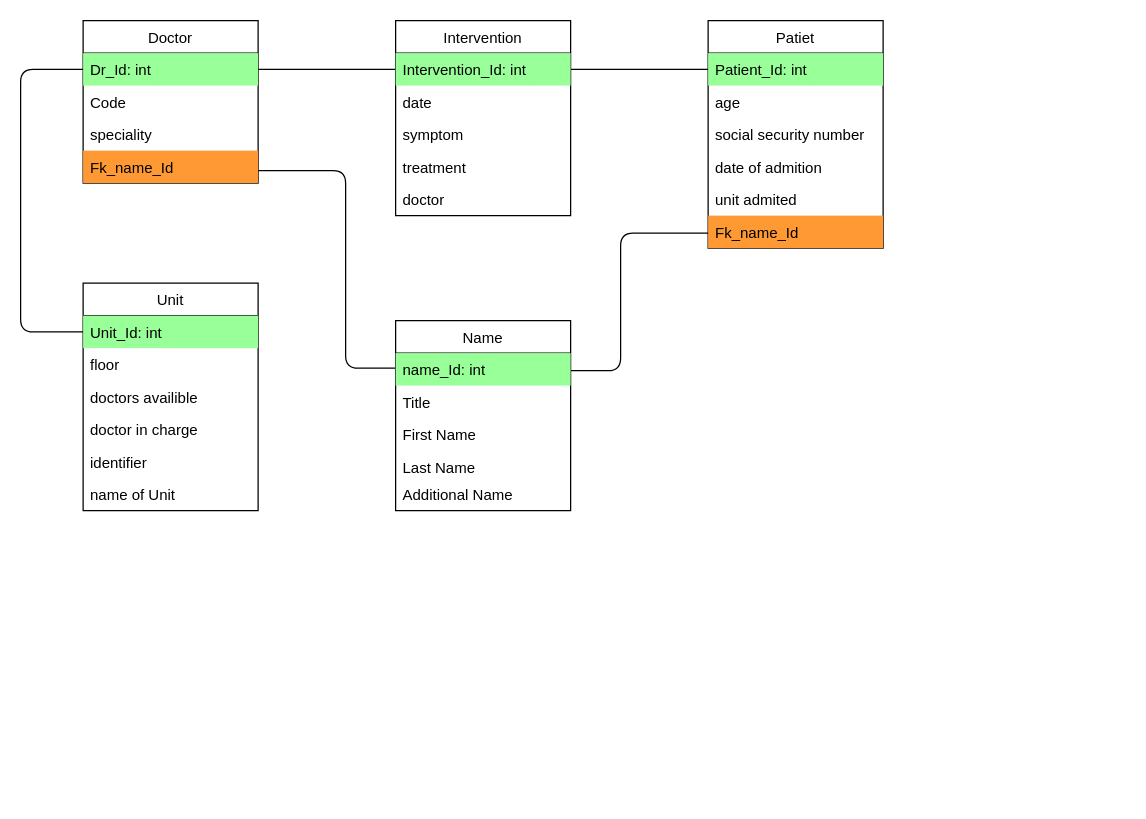
Above: page "Page-4" (4 of 4) of HealthCenter.drawio in LeDaniii/CF-DBDev-cekic-matzer (draw.io), before the change. Source tidied: cells renumbered, new cells numbered last; positions are measured from the earlier drawing's top-left corner, leaving out a move shared by most shapes. Both pictures are drawn from the tidied source at 125%, with x=0, y=0 at pixel (20, 20).
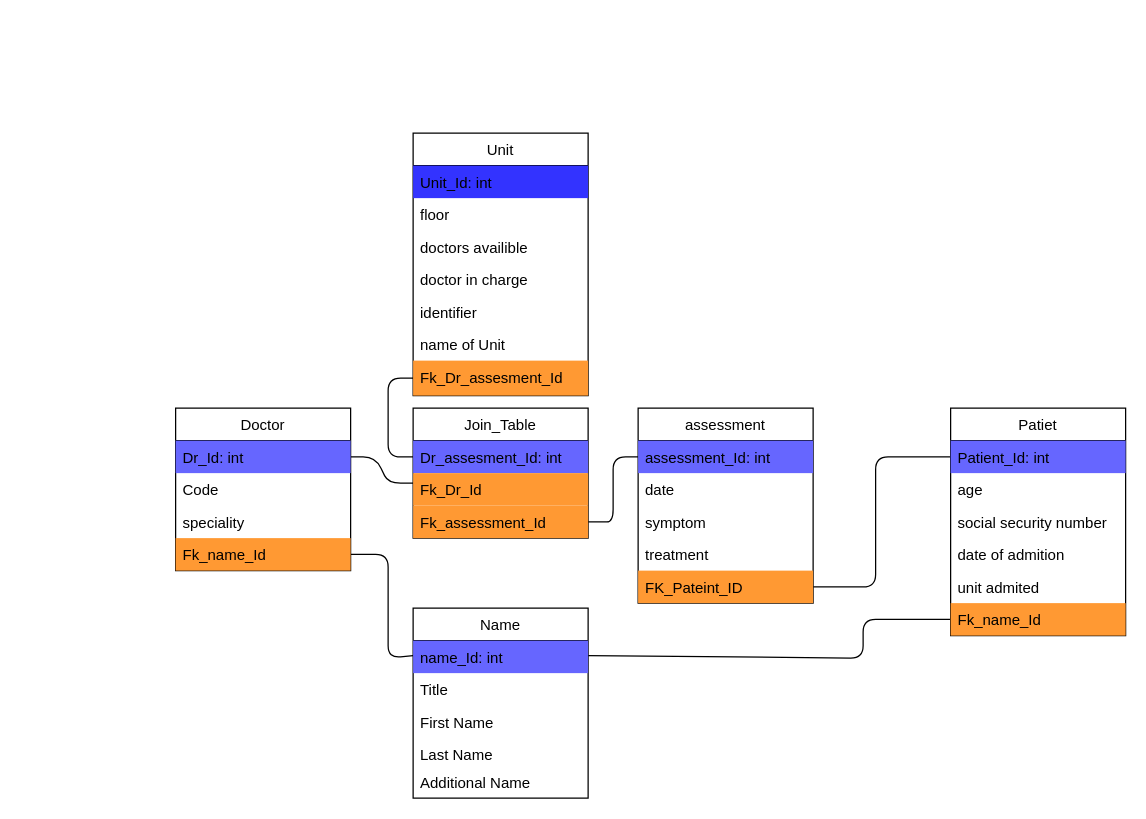
After the change.

The change refers to these unchanged cells:
```xml
<mxCell id="17" value="Fk_name_Id" style="text;strokeColor=none;align=left;verticalAlign=top;spacingLeft=4;spacingRight=4;overflow=hidden;points=[[0,0.5],[1,0.5]];portConstraint=eastwest;fillColor=#FF9933;" parent="11" vertex="1">
  <mxGeometry y="156" width="140" height="26" as="geometry" />
</mxCell>
```

The edit, as a diff of the source:
```diff
@@
-    <mxCell id="2" style="endArrow=none;html=1;exitX=0;exitY=0.5;exitDx=0;exitDy=0;endFill=0;entryX=1;entryY=0.5;entryDx=0;entryDy=0;" parent="1" edge="1" source="12" target="6">
-      <mxGeometry relative="1" as="geometry" />
+    <mxCell id="2" style="endArrow=none;html=1;exitX=0;exitY=0.5;exitDx=0;exitDy=0;endFill=0;entryX=1;entryY=0.5;entryDx=0;entryDy=0;" parent="1" edge="1" source="12" target="41">
+      <mxGeometry relative="1" as="geometry">
+        <Array as="points">
+          <mxPoint x="684" y="349" />
+          <mxPoint x="684" y="453" />
+          <mxPoint x="664" y="453" />
+        </Array>
+      </mxGeometry>
     </mxCell>
-    <mxCell id="3" style="endArrow=none;html=1;endFill=0;exitX=1;exitY=0.5;exitDx=0;exitDy=0;entryX=0;entryY=0.5;entryDx=0;entryDy=0;" parent="1" edge="1" source="34" target="6">
-      <mxGeometry relative="1" as="geometry" />
-    </mxCell>
-    <mxCell id="4" style="endArrow=none;html=1;endFill=0;exitX=0;exitY=0.5;exitDx=0;exitDy=0;entryX=0;entryY=0.5;entryDx=0;entryDy=0;" parent="1" edge="1" source="20" target="34">
-      <mxGeometry relative="1" as="geometry">
-        <Array as="points">
-          <mxPoint y="249" />
-          <mxPoint y="39" />
-        </Array>
-      </mxGeometry>
-    </mxCell>
+    <mxCell id="18" style="endArrow=none;html=1;exitX=0;exitY=0.25;exitDx=0;exitDy=0;entryX=1;entryY=0.5;entryDx=0;entryDy=0;" parent="1" edge="1" source="27" target="37">
+      <mxGeometry relative="1" as="geometry">
+        <Array as="points">
+          <mxPoint x="294" y="510" />
+          <mxPoint x="294" y="427" />
+        </Array>
+      </mxGeometry>
+    </mxCell>
+    <mxCell id="26" style="endArrow=none;html=1;entryX=0;entryY=0.5;entryDx=0;entryDy=0;exitX=1;exitY=0.25;exitDx=0;exitDy=0;" parent="1" edge="1" source="27" target="17">
+      <mxGeometry relative="1" as="geometry">
+        <Array as="points">
+          <mxPoint x="674" y="510" />
+          <mxPoint x="674" y="479" />
+        </Array>
+      </mxGeometry>
+    </mxCell>
+    <mxCell id="38" style="endArrow=none;html=1;fontColor=#f0f0f0;entryX=1;entryY=0.5;entryDx=0;entryDy=0;exitX=0;exitY=0.5;exitDx=0;exitDy=0;" parent="1" edge="1" source="6" target="45">
+      <mxGeometry relative="1" as="geometry">
+        <Array as="points">
+          <mxPoint x="474" y="349" />
+          <mxPoint x="474" y="401" />
+          <mxPoint x="464" y="401" />
+        </Array>
+      </mxGeometry>
+    </mxCell>
+    <mxCell id="39" style="endArrow=none;html=1;fontColor=#f0f0f0;exitX=1;exitY=0.5;exitDx=0;exitDy=0;entryX=0;entryY=0.308;entryDx=0;entryDy=0;entryPerimeter=0;" parent="1" edge="1" source="34" target="44">
+      <mxGeometry relative="1" as="geometry">
+        <Array as="points">
+          <mxPoint x="284" y="349" />
+          <mxPoint x="294" y="370" />
+        </Array>
+      </mxGeometry>
+    </mxCell>
+    <mxCell id="40" style="endArrow=none;html=1;fontColor=#f0f0f0;exitX=0;exitY=0.5;exitDx=0;exitDy=0;entryX=0;entryY=0.5;entryDx=0;entryDy=0;" parent="1" edge="1" source="43" target="46">
+      <mxGeometry relative="1" as="geometry">
+        <Array as="points">
+          <mxPoint x="294" y="349" />
+          <mxPoint x="294" y="286" />
+        </Array>
+      </mxGeometry>
+    </mxCell>
-    <mxCell id="5" value="Intervention" style="swimlane;fontStyle=0;horizontal=1;startSize=26;fillColor=none;" parent="1" vertex="1">
-      <mxGeometry x="300" width="140" height="156" as="geometry" />
+    <mxCell id="5" value="assessment" style="swimlane;fontStyle=0;horizontal=1;startSize=26;fillColor=none;" parent="1" vertex="1">
+      <mxGeometry x="494" y="310" width="140" height="156" as="geometry" />
     </mxCell>
-    <mxCell id="6" value="Intervention_Id: int" style="text;strokeColor=none;align=left;verticalAlign=top;spacingLeft=4;spacingRight=4;overflow=hidden;points=[[0,0.5],[1,0.5]];portConstraint=eastwest;labelBackgroundColor=#99FF99;fillColor=#99FF99;" parent="5" vertex="1">
+    <mxCell id="6" value="assessment_Id: int" style="text;strokeColor=none;align=left;verticalAlign=top;spacingLeft=4;spacingRight=4;overflow=hidden;points=[[0,0.5],[1,0.5]];portConstraint=eastwest;labelBackgroundColor=none;fillColor=#6666FF;" parent="5" vertex="1">
       <mxGeometry y="26" width="140" height="26" as="geometry" />
     </mxCell>
@@
-    <mxCell id="10" value="doctor" style="text;strokeColor=none;fillColor=none;align=left;verticalAlign=top;spacingLeft=4;spacingRight=4;overflow=hidden;" parent="5" vertex="1">
-      <mxGeometry y="130" width="140" height="26" as="geometry" />
-    </mxCell>
+    <mxCell id="41" value="FK_Pateint_ID" style="text;strokeColor=none;align=left;verticalAlign=top;spacingLeft=4;spacingRight=4;overflow=hidden;points=[[0,0.5],[1,0.5]];portConstraint=eastwest;fillColor=#FF9933;" parent="5" vertex="1">
+      <mxGeometry y="130" width="140" height="26" as="geometry" />
+    </mxCell>
     <mxCell id="11" value="Patiet" style="swimlane;fontStyle=0;horizontal=1;startSize=26;fillColor=none;" parent="1" vertex="1">
-      <mxGeometry x="550" width="140" height="182" as="geometry" />
+      <mxGeometry x="744" y="310" width="140" height="182" as="geometry" />
     </mxCell>
-    <mxCell id="12" value="Patient_Id: int" style="text;strokeColor=none;align=left;verticalAlign=top;spacingLeft=4;spacingRight=4;overflow=hidden;points=[[0,0.5],[1,0.5]];portConstraint=eastwest;labelBackgroundColor=#99FF99;fillColor=#99FF99;" parent="11" vertex="1">
+    <mxCell id="12" value="Patient_Id: int" style="text;strokeColor=none;align=left;verticalAlign=top;spacingLeft=4;spacingRight=4;overflow=hidden;points=[[0,0.5],[1,0.5]];portConstraint=eastwest;labelBackgroundColor=none;fillColor=#6666FF;" parent="11" vertex="1">
       <mxGeometry y="26" width="140" height="26" as="geometry" />
     </mxCell>
@@
-    <mxCell id="18" style="endArrow=none;html=1;exitX=0;exitY=0.25;exitDx=0;exitDy=0;" parent="1" edge="1" source="27">
-      <mxGeometry relative="1" as="geometry">
-        <mxPoint x="190" y="120" as="targetPoint" />
-        <Array as="points">
-          <mxPoint x="260" y="278" />
-          <mxPoint x="260" y="120" />
-        </Array>
-      </mxGeometry>
-    </mxCell>
+    <mxCell id="33" value="Doctor" style="swimlane;fontStyle=0;horizontal=1;startSize=26;fillColor=none;" parent="1" vertex="1">
+      <mxGeometry x="124" y="310" width="140" height="130" as="geometry" />
+    </mxCell>
+    <mxCell id="34" value="Dr_Id: int" style="text;strokeColor=none;align=left;verticalAlign=top;spacingLeft=4;spacingRight=4;overflow=hidden;points=[[0,0.5],[1,0.5]];portConstraint=eastwest;labelBackgroundColor=none;fillColor=#6666FF;" parent="33" vertex="1">
+      <mxGeometry y="26" width="140" height="26" as="geometry" />
+    </mxCell>
+    <mxCell id="35" value="Code" style="text;strokeColor=none;fillColor=none;align=left;verticalAlign=top;spacingLeft=4;spacingRight=4;overflow=hidden;" parent="33" vertex="1">
+      <mxGeometry y="52" width="140" height="26" as="geometry" />
+    </mxCell>
+    <mxCell id="36" value="speciality" style="text;strokeColor=none;fillColor=none;align=left;verticalAlign=top;spacingLeft=4;spacingRight=4;overflow=hidden;" parent="33" vertex="1">
+      <mxGeometry y="78" width="140" height="26" as="geometry" />
+    </mxCell>
+    <mxCell id="37" value="Fk_name_Id" style="text;strokeColor=none;align=left;verticalAlign=top;spacingLeft=4;spacingRight=4;overflow=hidden;points=[[0,0.5],[1,0.5]];portConstraint=eastwest;fillColor=#FF9933;" parent="33" vertex="1">
+      <mxGeometry y="104" width="140" height="26" as="geometry" />
+    </mxCell>
+    <mxCell id="42" value="Join_Table" style="swimlane;fontStyle=0;horizontal=1;startSize=26;fillColor=none;" parent="1" vertex="1">
+      <mxGeometry x="314" y="310" width="140" height="104" as="geometry" />
+    </mxCell>
+    <mxCell id="43" value="Dr_assesment_Id: int" style="text;strokeColor=none;align=left;verticalAlign=top;spacingLeft=4;spacingRight=4;overflow=hidden;points=[[0,0.5],[1,0.5]];portConstraint=eastwest;labelBackgroundColor=none;fillColor=#6666FF;" parent="42" vertex="1">
+      <mxGeometry y="26" width="140" height="26" as="geometry" />
+    </mxCell>
+    <mxCell id="44" value="Fk_Dr_Id" style="text;strokeColor=none;align=left;verticalAlign=top;spacingLeft=4;spacingRight=4;overflow=hidden;points=[[0,0.5],[1,0.5]];portConstraint=eastwest;fillColor=#FF9933;" parent="42" vertex="1">
+      <mxGeometry y="52" width="140" height="26" as="geometry" />
+    </mxCell>
+    <mxCell id="45" value="Fk_assessment_Id" style="text;strokeColor=none;align=left;verticalAlign=top;spacingLeft=4;spacingRight=4;overflow=hidden;points=[[0,0.5],[1,0.5]];portConstraint=eastwest;fillColor=#FF9933;" parent="42" vertex="1">
+      <mxGeometry y="78" width="140" height="26" as="geometry" />
+    </mxCell>
     <mxCell id="19" value="Unit" style="swimlane;fontStyle=0;horizontal=1;startSize=26;fillColor=none;" parent="1" vertex="1">
-      <mxGeometry x="50" y="210" width="140" height="182" as="geometry" />
+      <mxGeometry x="314" y="90" width="140" height="210" as="geometry" />
     </mxCell>
-    <mxCell id="20" value="Unit_Id: int" style="text;strokeColor=none;align=left;verticalAlign=top;spacingLeft=4;spacingRight=4;overflow=hidden;points=[[0,0.5],[1,0.5]];portConstraint=eastwest;labelBackgroundColor=#99FF99;fillColor=#99FF99;" parent="19" vertex="1">
+    <mxCell id="20" value="Unit_Id: int" style="text;strokeColor=none;align=left;verticalAlign=top;spacingLeft=4;spacingRight=4;overflow=hidden;points=[[0,0.5],[1,0.5]];portConstraint=eastwest;labelBackgroundColor=none;fillColor=#3333FF;" parent="19" vertex="1">
       <mxGeometry y="26" width="140" height="26" as="geometry" />
     </mxCell>
@@
-    <mxCell id="26" style="endArrow=none;html=1;" parent="1" edge="1">
-      <mxGeometry relative="1" as="geometry">
-        <mxPoint x="430" y="280" as="sourcePoint" />
-        <mxPoint x="550" y="170" as="targetPoint" />
-        <Array as="points">
-          <mxPoint x="480" y="280" />
-          <mxPoint x="480" y="170" />
-        </Array>
-      </mxGeometry>
-    </mxCell>
+    <mxCell id="46" value="Fk_Dr_assesment_Id" style="text;strokeColor=none;align=left;verticalAlign=top;spacingLeft=4;spacingRight=4;overflow=hidden;points=[[0,0.5],[1,0.5]];portConstraint=eastwest;fillColor=#FF9933;" parent="19" vertex="1">
+      <mxGeometry y="182" width="140" height="28" as="geometry" />
+    </mxCell>
     <mxCell id="27" value="Name" style="swimlane;fontStyle=0;horizontal=1;startSize=26;fillColor=none;" parent="1" vertex="1">
-      <mxGeometry x="300" y="240" width="140" height="152" as="geometry" />
+      <mxGeometry x="314" y="470" width="140" height="152" as="geometry" />
     </mxCell>
-    <mxCell id="28" value="name_Id: int" style="text;strokeColor=none;align=left;verticalAlign=top;spacingLeft=4;spacingRight=4;overflow=hidden;labelBackgroundColor=#99FF99;fillColor=#99FF99;" parent="27" vertex="1">
+    <mxCell id="28" value="name_Id: int" style="text;strokeColor=none;align=left;verticalAlign=top;spacingLeft=4;spacingRight=4;overflow=hidden;labelBackgroundColor=none;fillColor=#6666FF;" parent="27" vertex="1">
       <mxGeometry y="26" width="140" height="26" as="geometry" />
     </mxCell>
@@
-    <mxCell id="33" value="Doctor" style="swimlane;fontStyle=0;horizontal=1;startSize=26;fillColor=none;" parent="1" vertex="1">
-      <mxGeometry x="50" width="140" height="130" as="geometry" />
-    </mxCell>
-    <mxCell id="34" value="Dr_Id: int" style="text;strokeColor=none;align=left;verticalAlign=top;spacingLeft=4;spacingRight=4;overflow=hidden;points=[[0,0.5],[1,0.5]];portConstraint=eastwest;labelBackgroundColor=#99FF99;fillColor=#99FF99;" parent="33" vertex="1">
-      <mxGeometry y="26" width="140" height="26" as="geometry" />
-    </mxCell>
-    <mxCell id="35" value="Code" style="text;strokeColor=none;fillColor=none;align=left;verticalAlign=top;spacingLeft=4;spacingRight=4;overflow=hidden;" parent="33" vertex="1">
-      <mxGeometry y="52" width="140" height="26" as="geometry" />
-    </mxCell>
-    <mxCell id="36" value="speciality" style="text;strokeColor=none;fillColor=none;align=left;verticalAlign=top;spacingLeft=4;spacingRight=4;overflow=hidden;" parent="33" vertex="1">
-      <mxGeometry y="78" width="140" height="26" as="geometry" />
-    </mxCell>
-    <mxCell id="37" value="Fk_name_Id" style="text;strokeColor=none;align=left;verticalAlign=top;spacingLeft=4;spacingRight=4;overflow=hidden;points=[[0,0.5],[1,0.5]];portConstraint=eastwest;fillColor=#FF9933;" parent="33" vertex="1">
-      <mxGeometry y="104" width="140" height="26" as="geometry" />
-    </mxCell>
```
